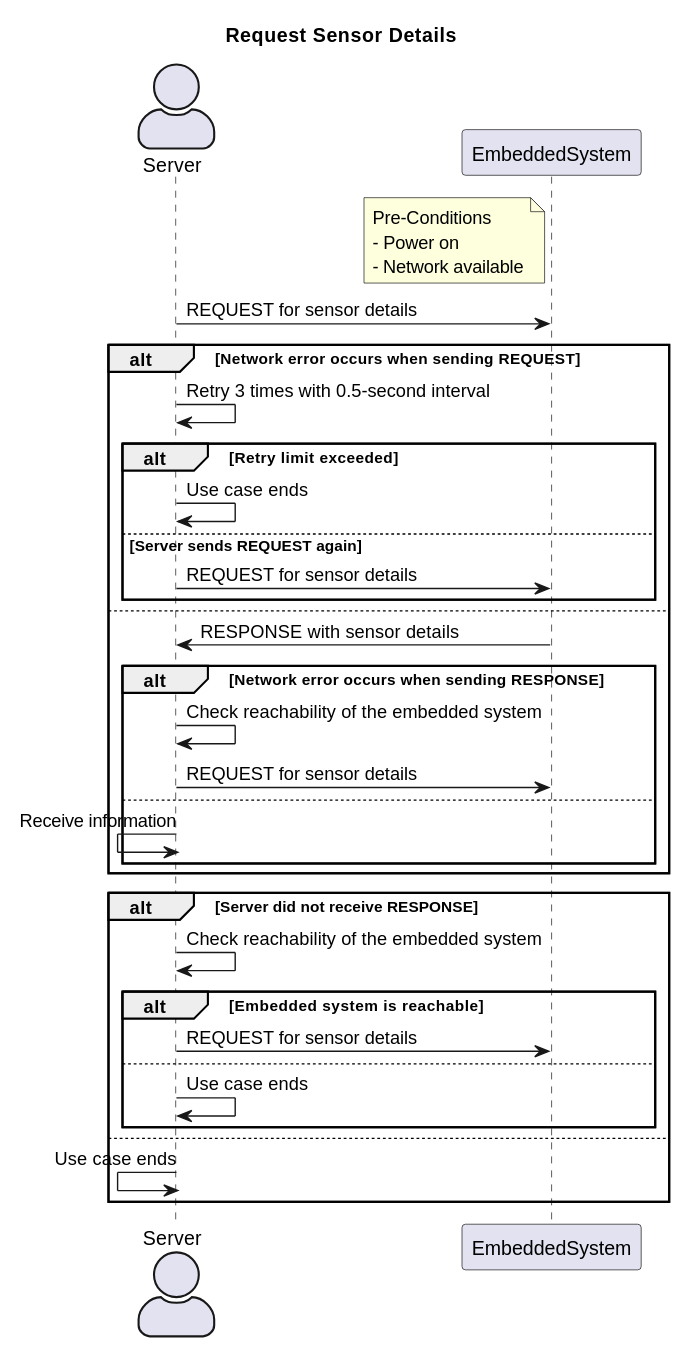
The PlantUML diagram project/RA/UseCasePack/SequenceDiagram/RequestSensorDetails.svg in DSD-PIrates/DSD-PIrates.github.io, before a commit. Its diagram source:
```plantuml
@startuml
title Request Sensor Details
skinparam actorStyle awesome
actor Server
participant EmbeddedSystem

note left of EmbeddedSystem: Pre-Conditions\n- Power on\n- Network available

Server -> EmbeddedSystem: REQUEST for sensor details

alt Network error occurs when sending REQUEST
    Server -> Server: Retry 3 times with 0.5-second interval
    alt Retry limit exceeded
        Server -> Server: Use case ends
    else Server sends REQUEST again
        Server -> EmbeddedSystem: REQUEST for sensor details
    end
else
    EmbeddedSystem -> Server: RESPONSE with sensor details
    alt Network error occurs when sending RESPONSE
        Server -> Server: Check reachability of the embedded system
        Server -> EmbeddedSystem: REQUEST for sensor details
    else
        Server <- Server: Receive information
    end
end

alt Server did not receive RESPONSE
    Server -> Server: Check reachability of the embedded system
    alt Embedded system is reachable
        Server -> EmbeddedSystem: REQUEST for sensor details
    else
        Server -> Server: Use case ends
    end
else
    Server <- Server: Use case ends
end
@enduml
```
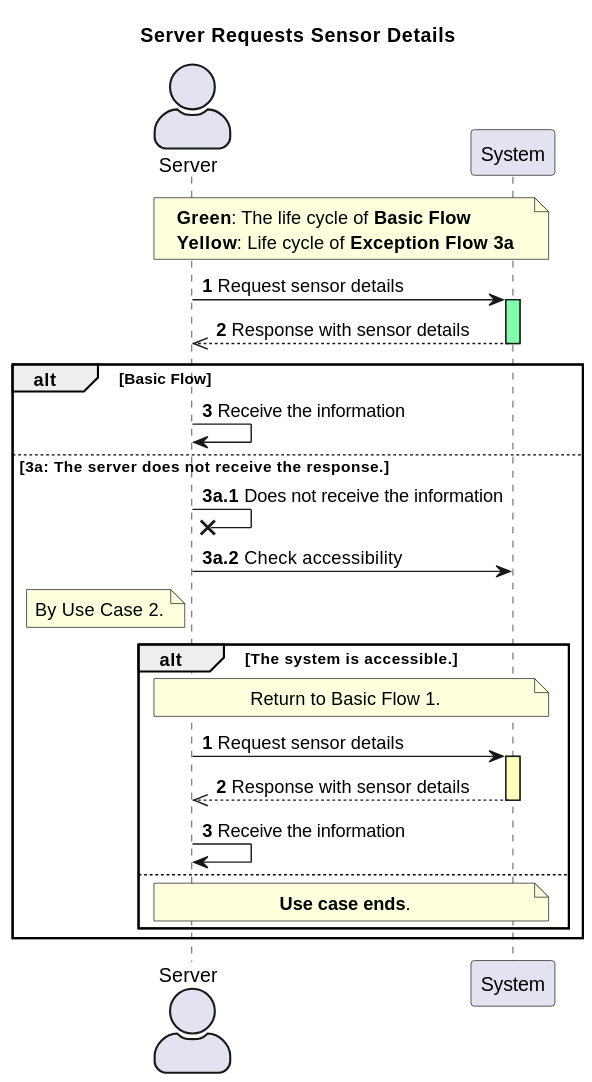
Above is the later version.

What changed in the source:
```diff
@@ -1,38 +1,42 @@
 @startuml
-title Request Sensor Details
+title Server Requests Sensor Details
 skinparam actorStyle awesome
 actor Server
-participant EmbeddedSystem
+participant System
 
-note left of EmbeddedSystem: Pre-Conditions\n- Power on\n- Network available
+note over Server, System
+    **Green**: The life cycle of **Basic Flow**
+    **Yellow**: Life cycle of **Exception Flow 3a**
+end note
 
-Server -> EmbeddedSystem: REQUEST for sensor details
+Server -> System: **1** Request sensor details
+activate System #7FFFAA
+System -->> Server: **2** Response with sensor details
+deactivate System
 
-alt Network error occurs when sending REQUEST
-    Server -> Server: Retry 3 times with 0.5-second interval
-    alt Retry limit exceeded
-        Server -> Server: Use case ends
-    else Server sends REQUEST again
-        Server -> EmbeddedSystem: REQUEST for sensor details
-    end
-else
-    EmbeddedSystem -> Server: RESPONSE with sensor details
-    alt Network error occurs when sending RESPONSE
-        Server -> Server: Check reachability of the embedded system
-        Server -> EmbeddedSystem: REQUEST for sensor details
+
+
+alt Basic Flow
+    Server -> Server: **3** Receive the information
+else 3a: The server does not receive the response.
+    Server ->x Server: **3a.1** Does not receive the information
+    Server -> System: **3a.2** Check accessibility
+    note left of Server
+        By Use Case 2.
+    end note
+    alt The system is accessible.
+        note over System, Server
+            Return to Basic Flow 1.
+        end note
+        Server -> System: **1** Request sensor details
+        activate System #FFB
+        System -->> Server: **2** Response with sensor details
+        deactivate System
+        Server -> Server: **3** Receive the information
     else
-        Server <- Server: Receive information
+        note over System, Server
+            **Use case ends**.
+        end note
     end
 end
-
-alt Server did not receive RESPONSE
-    Server -> Server: Check reachability of the embedded system
-    alt Embedded system is reachable
-        Server -> EmbeddedSystem: REQUEST for sensor details
-    else
-        Server -> Server: Use case ends
-    end
-else
-    Server <- Server: Use case ends
-end
 @enduml
```
